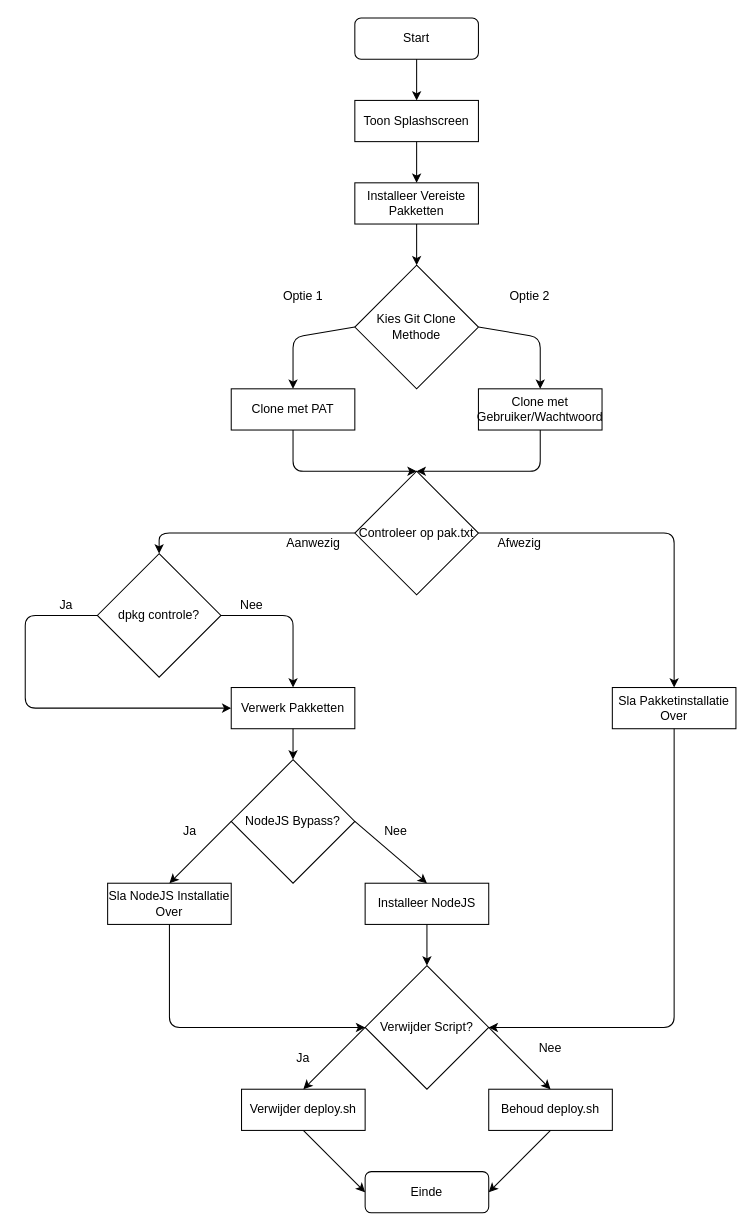
Above: Flowchart deploy.sh/deploy script flowchart.drawio in BodiGilde/scriptpages (draw.io), before the change. Source tidied: cells renumbered, new cells numbered last; positions are measured from the earlier drawing's top-left corner, leaving out a move shared by most shapes. Both pictures are drawn from the tidied source at 103%, with x=0, y=0 at pixel (25, 18).
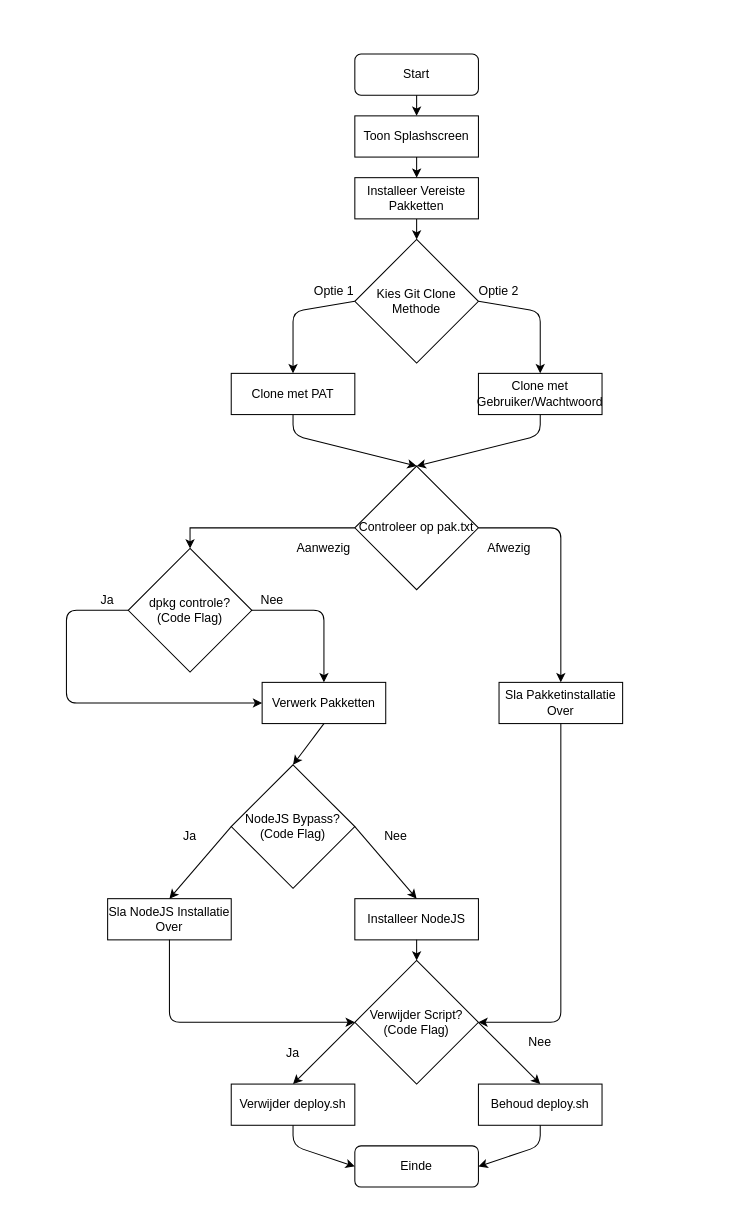
The same page after the edit.

Commit message (it also covers changes not shown here):
upload new better flochart

Diff of the diagram source:
```diff
@@
     <mxCell id="2" value="Start" style="rounded=1;whiteSpace=wrap;html=1;" parent="1" vertex="1">
-      <mxGeometry x="320" width="120" height="40" as="geometry" />
+      <mxGeometry x="320" y="35" width="120" height="40" as="geometry" />
     </mxCell>
     <mxCell id="3" value="Toon Splashscreen" style="rounded=0;whiteSpace=wrap;html=1;" parent="1" vertex="1">
-      <mxGeometry x="320" y="80" width="120" height="40" as="geometry" />
+      <mxGeometry x="320" y="95" width="120" height="40" as="geometry" />
     </mxCell>
     <mxCell id="4" value="Installeer Vereiste Pakketten" style="rounded=0;whiteSpace=wrap;html=1;" parent="1" vertex="1">
-      <mxGeometry x="320" y="160" width="120" height="40" as="geometry" />
+      <mxGeometry x="320" y="155" width="120" height="40" as="geometry" />
     </mxCell>
     <mxCell id="5" value="Kies Git Clone Methode" style="rhombus;whiteSpace=wrap;html=1;" parent="1" vertex="1">
-      <mxGeometry x="320" y="240" width="120" height="120" as="geometry" />
+      <mxGeometry x="320" y="215" width="120" height="120" as="geometry" />
     </mxCell>
     <mxCell id="6" style="endArrow=classic;html=1;exitX=0.5;exitY=1;exitDx=0;exitDy=0;entryX=0.5;entryY=0;entryDx=0;entryDy=0;" parent="1" edge="1" source="7" target="11">
       <mxGeometry relative="1" as="geometry">
         <Array as="points">
-          <mxPoint x="260" y="440" />
+          <mxPoint x="260" y="405" />
         </Array>
       </mxGeometry>
     </mxCell>
     <mxCell id="7" value="Clone met PAT" style="rounded=0;whiteSpace=wrap;html=1;" parent="1" vertex="1">
-      <mxGeometry x="200" y="360" width="120" height="40" as="geometry" />
+      <mxGeometry x="200" y="345" width="120" height="40" as="geometry" />
     </mxCell>
     <mxCell id="8" style="endArrow=classic;html=1;exitX=0.5;exitY=1;exitDx=0;exitDy=0;entryX=0.5;entryY=0;entryDx=0;entryDy=0;" parent="1" edge="1" source="9" target="11">
       <mxGeometry relative="1" as="geometry">
         <Array as="points">
-          <mxPoint x="500" y="440" />
+          <mxPoint x="500" y="405" />
         </Array>
       </mxGeometry>
     </mxCell>
     <mxCell id="9" value="Clone met Gebruiker/Wachtwoord" style="rounded=0;whiteSpace=wrap;html=1;" parent="1" vertex="1">
-      <mxGeometry x="440" y="360" width="120" height="40" as="geometry" />
+      <mxGeometry x="440" y="345" width="120" height="40" as="geometry" />
     </mxCell>
-    <mxCell id="10" style="endArrow=classic;html=1;exitX=0;exitY=0.5;exitDx=0;exitDy=0;entryX=0.5;entryY=0;entryDx=0;entryDy=0;" parent="1" edge="1" source="11" target="47">
-      <mxGeometry relative="1" as="geometry">
-        <Array as="points">
-          <mxPoint x="130" y="500" />
-        </Array>
-      </mxGeometry>
+    <mxCell id="10" style="edgeStyle=orthogonalEdgeStyle;rounded=0;jettySize=auto;html=1;exitX=0;exitY=0.5;exitDx=0;exitDy=0;entryX=0.5;entryY=0;entryDx=0;entryDy=0;" parent="1" edge="1" source="11" target="47">
+      <mxGeometry relative="1" as="geometry" />
     </mxCell>
     <mxCell id="11" value="Controleer op pak.txt" style="rhombus;whiteSpace=wrap;html=1;" parent="1" vertex="1">
-      <mxGeometry x="320" y="440" width="120" height="120" as="geometry" />
+      <mxGeometry x="320" y="435" width="120" height="120" as="geometry" />
     </mxCell>
     <mxCell id="12" value="Verwerk Pakketten" style="rounded=0;whiteSpace=wrap;html=1;" parent="1" vertex="1">
-      <mxGeometry x="200" y="650" width="120" height="40" as="geometry" />
+      <mxGeometry x="230" y="645" width="120" height="40" as="geometry" />
     </mxCell>
     <mxCell id="13" value="Sla Pakketinstallatie Over" style="rounded=0;whiteSpace=wrap;html=1;" parent="1" vertex="1">
-      <mxGeometry x="570" y="650" width="120" height="40" as="geometry" />
+      <mxGeometry x="460" y="645" width="120" height="40" as="geometry" />
     </mxCell>
-    <mxCell id="14" value="NodeJS Bypass?" style="rhombus;whiteSpace=wrap;html=1;" parent="1" vertex="1">
-      <mxGeometry x="200" y="720" width="120" height="120" as="geometry" />
+    <mxCell id="14" value="NodeJS Bypass?&lt;br&gt;(Code Flag)" style="rhombus;whiteSpace=wrap;html=1;" parent="1" vertex="1">
+      <mxGeometry x="200" y="725" width="120" height="120" as="geometry" />
     </mxCell>
     <mxCell id="15" value="Sla NodeJS Installatie Over" style="rounded=0;whiteSpace=wrap;html=1;" parent="1" vertex="1">
-      <mxGeometry x="80" y="840" width="120" height="40" as="geometry" />
+      <mxGeometry x="80" y="855" width="120" height="40" as="geometry" />
     </mxCell>
     <mxCell id="16" value="Installeer NodeJS" style="rounded=0;whiteSpace=wrap;html=1;" parent="1" vertex="1">
-      <mxGeometry x="330" y="840" width="120" height="40" as="geometry" />
+      <mxGeometry x="320" y="855" width="120" height="40" as="geometry" />
     </mxCell>
-    <mxCell id="17" value="Verwijder Script?" style="rhombus;whiteSpace=wrap;html=1;" parent="1" vertex="1">
-      <mxGeometry x="330" y="920" width="120" height="120" as="geometry" />
+    <mxCell id="17" value="Verwijder Script?&lt;br&gt;(Code Flag)" style="rhombus;whiteSpace=wrap;html=1;" parent="1" vertex="1">
+      <mxGeometry x="320" y="915" width="120" height="120" as="geometry" />
     </mxCell>
     <mxCell id="18" value="Verwijder deploy.sh" style="rounded=0;whiteSpace=wrap;html=1;" parent="1" vertex="1">
-      <mxGeometry x="210" y="1040" width="120" height="40" as="geometry" />
+      <mxGeometry x="200" y="1035" width="120" height="40" as="geometry" />
     </mxCell>
     <mxCell id="19" value="Behoud deploy.sh" style="rounded=0;whiteSpace=wrap;html=1;" parent="1" vertex="1">
-      <mxGeometry x="450" y="1040" width="120" height="40" as="geometry" />
+      <mxGeometry x="440" y="1035" width="120" height="40" as="geometry" />
     </mxCell>
     <mxCell id="20" value="Einde" style="rounded=1;whiteSpace=wrap;html=1;" parent="1" vertex="1">
-      <mxGeometry x="330" y="1120" width="120" height="40" as="geometry" />
+      <mxGeometry x="320" y="1095" width="120" height="40" as="geometry" />
     </mxCell>
@@
     <mxCell id="24" style="endArrow=classic;html=1;exitX=0;exitY=0.5;exitDx=0;exitDy=0;entryX=0.5;entryY=0;entryDx=0;entryDy=0;" parent="1" edge="1" source="5" target="7">
       <mxGeometry relative="1" as="geometry">
         <Array as="points">
-          <mxPoint x="260" y="310" />
+          <mxPoint x="260" y="285" />
         </Array>
       </mxGeometry>
     </mxCell>
     <mxCell id="25" style="endArrow=classic;html=1;exitX=1;exitY=0.5;exitDx=0;exitDy=0;entryX=0.5;entryY=0;entryDx=0;entryDy=0;" parent="1" edge="1" source="5" target="9">
       <mxGeometry relative="1" as="geometry">
         <Array as="points">
-          <mxPoint x="500" y="310" />
+          <mxPoint x="500" y="285" />
         </Array>
       </mxGeometry>
     </mxCell>
     <mxCell id="26" style="endArrow=classic;html=1;exitX=1;exitY=0.5;exitDx=0;exitDy=0;entryX=0.5;entryY=0;entryDx=0;entryDy=0;" parent="1" edge="1" source="11" target="13">
       <mxGeometry relative="1" as="geometry">
         <Array as="points">
-          <mxPoint x="630" y="500" />
+          <mxPoint x="520" y="495" />
         </Array>
       </mxGeometry>
     </mxCell>
@@
     <mxCell id="30" style="endArrow=classic;html=1;exitX=0.5;exitY=1;exitDx=0;exitDy=0;entryX=0;entryY=0.5;entryDx=0;entryDy=0;" parent="1" edge="1" source="15" target="17">
       <mxGeometry relative="1" as="geometry">
         <Array as="points">
-          <mxPoint x="140" y="980" />
+          <mxPoint x="140" y="975" />
         </Array>
       </mxGeometry>
     </mxCell>
@@
     <mxCell id="32" style="endArrow=classic;html=1;exitX=0.5;exitY=1;exitDx=0;exitDy=0;entryX=1;entryY=0.5;entryDx=0;entryDy=0;" parent="1" edge="1" source="13" target="17">
       <mxGeometry relative="1" as="geometry">
         <Array as="points">
-          <mxPoint x="630" y="980" />
+          <mxPoint x="520" y="975" />
         </Array>
       </mxGeometry>
     </mxCell>
@@
     <mxCell id="35" style="endArrow=classic;html=1;exitX=0.5;exitY=1;exitDx=0;exitDy=0;entryX=0;entryY=0.5;entryDx=0;entryDy=0;" parent="1" edge="1" source="18" target="20">
-      <mxGeometry relative="1" as="geometry" />
+      <mxGeometry relative="1" as="geometry">
+        <Array as="points">
+          <mxPoint x="260" y="1095" />
+        </Array>
+      </mxGeometry>
     </mxCell>
     <mxCell id="36" style="endArrow=classic;html=1;exitX=0.5;exitY=1;exitDx=0;exitDy=0;entryX=1;entryY=0.5;entryDx=0;entryDy=0;" parent="1" edge="1" source="19" target="20">
-      <mxGeometry relative="1" as="geometry" />
+      <mxGeometry relative="1" as="geometry">
+        <Array as="points">
+          <mxPoint x="500" y="1095" />
+        </Array>
+      </mxGeometry>
     </mxCell>
     <mxCell id="37" value="Optie 1" style="text;html=1;strokeColor=none;fillColor=none;align=center;verticalAlign=middle;whiteSpace=wrap;rounded=0;" parent="1" vertex="1">
-      <mxGeometry x="240" y="260" width="60" height="20" as="geometry" />
+      <mxGeometry x="270" y="255" width="60" height="20" as="geometry" />
     </mxCell>
     <mxCell id="38" value="Optie 2" style="text;html=1;strokeColor=none;fillColor=none;align=center;verticalAlign=middle;whiteSpace=wrap;rounded=0;" parent="1" vertex="1">
-      <mxGeometry x="460" y="260" width="60" height="20" as="geometry" />
+      <mxGeometry x="430" y="255" width="60" height="20" as="geometry" />
     </mxCell>
     <mxCell id="39" value="Aanwezig" style="text;html=1;strokeColor=none;fillColor=none;align=center;verticalAlign=middle;whiteSpace=wrap;rounded=0;" parent="1" vertex="1">
-      <mxGeometry x="250" y="500" width="60" height="20" as="geometry" />
+      <mxGeometry x="260" y="505" width="60" height="20" as="geometry" />
     </mxCell>
     <mxCell id="40" value="Afwezig" style="text;html=1;strokeColor=none;fillColor=none;align=center;verticalAlign=middle;whiteSpace=wrap;rounded=0;" parent="1" vertex="1">
-      <mxGeometry x="450" y="500" width="60" height="20" as="geometry" />
+      <mxGeometry x="440" y="505" width="60" height="20" as="geometry" />
     </mxCell>
     <mxCell id="41" value="Ja" style="text;html=1;strokeColor=none;fillColor=none;align=center;verticalAlign=middle;whiteSpace=wrap;rounded=0;" parent="1" vertex="1">
-      <mxGeometry x="130" y="780" width="60" height="20" as="geometry" />
+      <mxGeometry x="130" y="785" width="60" height="20" as="geometry" />
     </mxCell>
     <mxCell id="42" value="Nee" style="text;html=1;strokeColor=none;fillColor=none;align=center;verticalAlign=middle;whiteSpace=wrap;rounded=0;" parent="1" vertex="1">
-      <mxGeometry x="330" y="780" width="60" height="20" as="geometry" />
+      <mxGeometry x="330" y="785" width="60" height="20" as="geometry" />
     </mxCell>
     <mxCell id="43" value="Ja" style="text;html=1;strokeColor=none;fillColor=none;align=center;verticalAlign=middle;whiteSpace=wrap;rounded=0;" parent="1" vertex="1">
-      <mxGeometry x="240" y="1000" width="60" height="20" as="geometry" />
+      <mxGeometry x="230" y="995" width="60" height="20" as="geometry" />
     </mxCell>
     <mxCell id="44" value="Nee" style="text;html=1;strokeColor=none;fillColor=none;align=center;verticalAlign=middle;whiteSpace=wrap;rounded=0;" parent="1" vertex="1">
-      <mxGeometry x="480" y="990" width="60" height="20" as="geometry" />
+      <mxGeometry x="470" y="985" width="60" height="20" as="geometry" />
     </mxCell>
     <mxCell id="45" style="endArrow=classic;html=1;exitX=0;exitY=0.5;exitDx=0;exitDy=0;entryX=0;entryY=0.5;entryDx=0;entryDy=0;" parent="1" edge="1" source="47" target="12">
       <mxGeometry relative="1" as="geometry">
         <Array as="points">
-          <mxPoint y="580" />
-          <mxPoint y="670" />
+          <mxPoint x="40" y="575" />
+          <mxPoint x="40" y="665" />
         </Array>
       </mxGeometry>
     </mxCell>
     <mxCell id="46" style="endArrow=classic;html=1;exitX=1;exitY=0.5;exitDx=0;exitDy=0;entryX=0.5;entryY=0;entryDx=0;entryDy=0;" parent="1" edge="1" source="47" target="12">
       <mxGeometry relative="1" as="geometry">
         <Array as="points">
-          <mxPoint x="260" y="580" />
+          <mxPoint x="290" y="575" />
         </Array>
       </mxGeometry>
     </mxCell>
-    <mxCell id="47" value="dpkg controle?" style="rhombus;whiteSpace=wrap;html=1;" parent="1" vertex="1">
-      <mxGeometry x="70" y="520" width="120" height="120" as="geometry" />
+    <mxCell id="47" value="dpkg controle?&lt;br&gt;(Code Flag)" style="rhombus;whiteSpace=wrap;html=1;" parent="1" vertex="1">
+      <mxGeometry x="100" y="515" width="120" height="120" as="geometry" />
     </mxCell>
     <mxCell id="48" value="Ja" style="text;html=1;strokeColor=none;fillColor=none;align=center;verticalAlign=middle;whiteSpace=wrap;rounded=0;" parent="1" vertex="1">
-      <mxGeometry x="10" y="560" width="60" height="20" as="geometry" />
+      <mxGeometry x="50" y="555" width="60" height="20" as="geometry" />
     </mxCell>
     <mxCell id="49" value="Nee" style="text;html=1;strokeColor=none;fillColor=none;align=center;verticalAlign=middle;whiteSpace=wrap;rounded=0;" parent="1" vertex="1">
-      <mxGeometry x="190" y="560" width="60" height="20" as="geometry" />
+      <mxGeometry x="210" y="555" width="60" height="20" as="geometry" />
     </mxCell>
```
